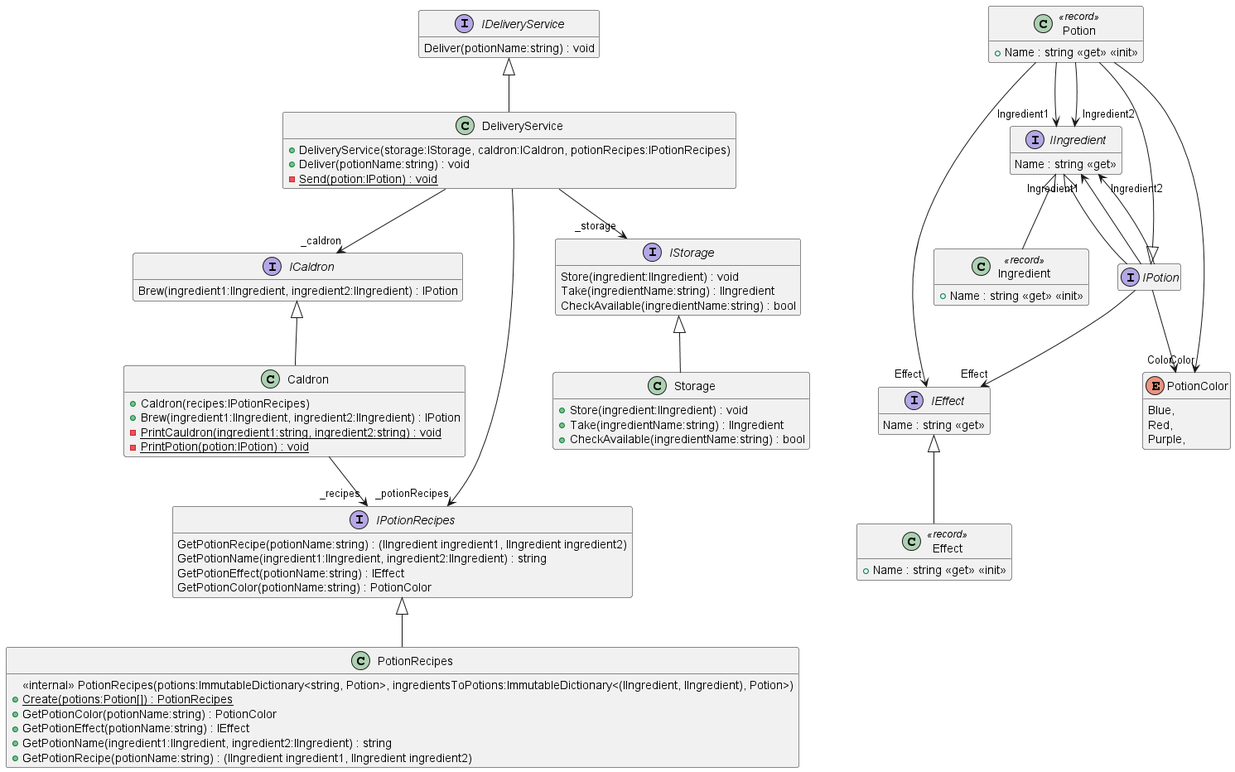
The PlantUML diagram examples/PotionDeliveryService/plantuml/ClassDiagram.png in Twizzar/Twizzar, before a commit.
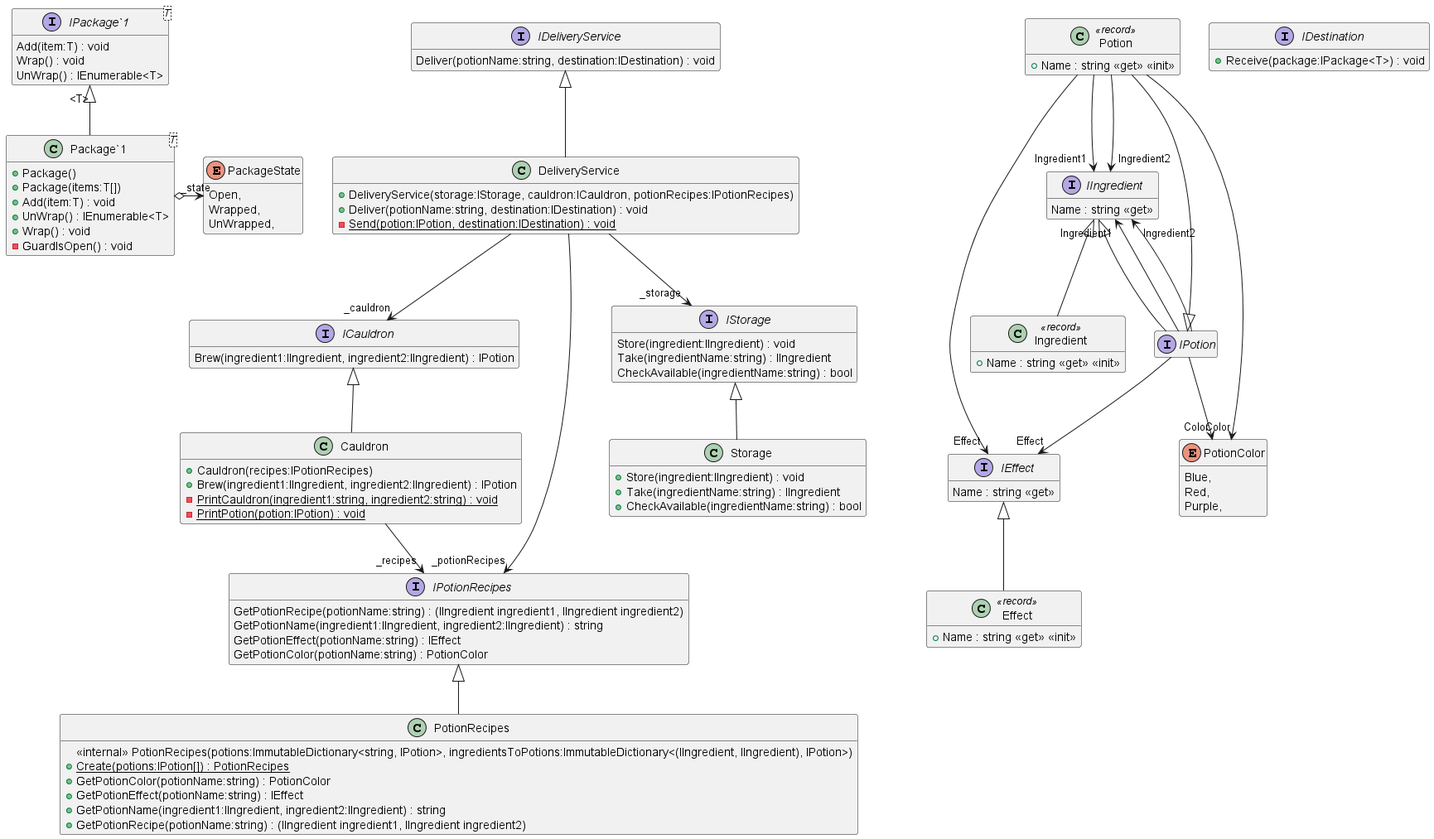
After the change.

Commit message:
Update the class diagram

Change to the diagram source:
```diff
@@ -1,17 +1,20 @@
 @startuml ClassDiagram
 hide empty members
 
-!include .\\PotionDeliveryService\Caldron.puml
+!include .\\PotionDeliveryService\Cauldron.puml
 !include .\\PotionDeliveryService\DeliveryService.puml
 !include .\\PotionDeliveryService\Effects.puml
 !include .\\PotionDeliveryService\Ingredients.puml
+!include .\\PotionDeliveryService\Package.puml
 !include .\\PotionDeliveryService\PotionRecipes.puml
 !include .\\PotionDeliveryService\Potions.puml
 !include .\\PotionDeliveryService\Storage.puml
-!include .\\PotionDeliveryService\Interfaces\ICaldron.puml
+!include .\\PotionDeliveryService\Interfaces\ICauldron.puml
 !include .\\PotionDeliveryService\Interfaces\IDeliveryService.puml
+!include .\\PotionDeliveryService\Interfaces\IDestination.puml
 !include .\\PotionDeliveryService\Interfaces\IEffect.puml
 !include .\\PotionDeliveryService\Interfaces\IIngredient.puml
+!include .\\PotionDeliveryService\Interfaces\IPackage.puml
 !include .\\PotionDeliveryService\Interfaces\IPotion.puml
 !include .\\PotionDeliveryService\Interfaces\IPotionRecipes.puml
 !include .\\PotionDeliveryService\Interfaces\IStorage.puml
```
